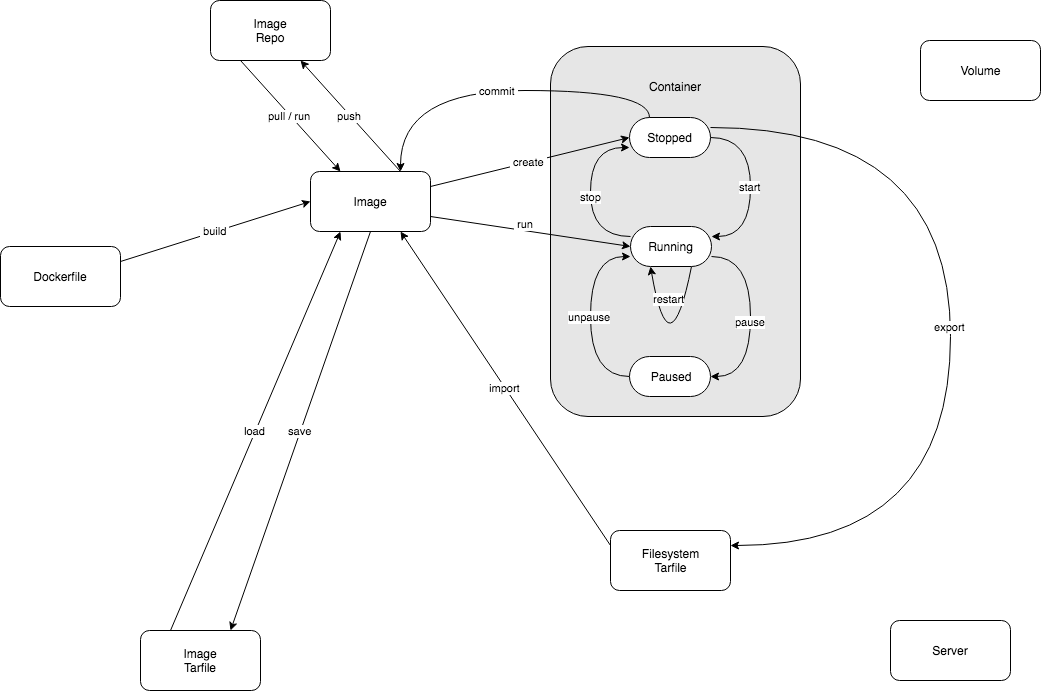
The draw.io diagram draw.io/Docker.flow.png in rwcitek/docker, before a commit. Source tidied: cells renumbered, new cells last; positions are measured from the earlier drawing's top-left corner, leaving out a move shared by most shapes. Source of this version:
```xml
<mxGraphModel background="#ffffff">
  <root>
    <mxCell id="0" />
    <mxCell id="1" parent="0" />
    <mxCell id="2" style="rounded=1;whiteSpace=wrap;html=1;fillColor=#E6E6E6;" parent="1" vertex="1">
      <mxGeometry x="550" y="46" width="250" height="370" as="geometry" />
    </mxCell>
    <mxCell id="3" value="Image&lt;br&gt;Repo&lt;br&gt;" style="whiteSpace=wrap;html=1;rounded=1;shadow=0;glass=0;strokeWidth=1;fontColor=#000000;" parent="1" vertex="1">
      <mxGeometry x="210" width="120" height="60" as="geometry" />
    </mxCell>
    <mxCell id="4" value="&amp;nbsp;create &lt;br&gt;" style="rounded=0;html=1;exitX=1;exitY=0.25;entryX=0;entryY=0.5;jettySize=auto;" parent="1" edge="1" source="5" target="12">
      <mxGeometry relative="1" as="geometry" />
    </mxCell>
    <mxCell id="5" value="Image" style="whiteSpace=wrap;html=1;rounded=1;shadow=0;glass=0;strokeWidth=1;fontColor=#000000;" parent="1" vertex="1">
      <mxGeometry x="310" y="171" width="120" height="60" as="geometry" />
    </mxCell>
    <mxCell id="6" value="Volume&lt;br&gt;" style="whiteSpace=wrap;html=1;rounded=1;shadow=0;glass=0;strokeWidth=1;fontColor=#000000;" parent="1" vertex="1">
      <mxGeometry x="920" y="40" width="120" height="60" as="geometry" />
    </mxCell>
    <mxCell id="7" value="Server" style="whiteSpace=wrap;html=1;rounded=1;shadow=0;glass=0;strokeWidth=1;fontColor=#000000;" parent="1" vertex="1">
      <mxGeometry x="890" y="620" width="120" height="60" as="geometry" />
    </mxCell>
    <mxCell id="8" value="Filesystem&lt;br&gt;Tarfile&lt;br&gt;" style="whiteSpace=wrap;html=1;rounded=1;shadow=0;glass=0;strokeWidth=1;fontColor=#000000;" parent="1" vertex="1">
      <mxGeometry x="610" y="530" width="120" height="60" as="geometry" />
    </mxCell>
    <mxCell id="9" value="Image&lt;br&gt;Tarfile&lt;br&gt;" style="whiteSpace=wrap;html=1;rounded=1;shadow=0;glass=0;strokeWidth=1;fontColor=#000000;" parent="1" vertex="1">
      <mxGeometry x="140" y="630" width="120" height="60" as="geometry" />
    </mxCell>
    <mxCell id="10" value="Dockerfile" style="whiteSpace=wrap;html=1;rounded=1;shadow=0;glass=0;strokeWidth=1;fontColor=#000000;" parent="1" vertex="1">
      <mxGeometry y="246" width="120" height="60" as="geometry" />
    </mxCell>
    <mxCell id="11" value="start" style="rounded=1;html=1;exitX=1;exitY=0.5;entryX=1;entryY=0.25;startArrow=none;startFill=0;endArrow=classic;endFill=1;strokeColor=#000000;fontColor=#000000;edgeStyle=orthogonalEdgeStyle;curved=1;" parent="1" edge="1" source="12" target="16">
      <mxGeometry relative="1" as="geometry">
        <Array as="points">
          <mxPoint x="750" y="137" />
          <mxPoint x="750" y="236" />
        </Array>
      </mxGeometry>
    </mxCell>
    <mxCell id="12" value="Stopped" style="rounded=1;whiteSpace=wrap;html=1;shadow=0;glass=0;strokeWidth=1;fontColor=#000000;arcSize=50;" parent="1" vertex="1">
      <mxGeometry x="629" y="117" width="81" height="40" as="geometry" />
    </mxCell>
    <mxCell id="13" value="pause" style="rounded=1;html=1;exitX=1;exitY=0.75;startArrow=none;startFill=0;endArrow=classic;endFill=1;strokeColor=#000000;fontColor=#000000;entryX=1;entryY=0.5;rotation=0;edgeStyle=orthogonalEdgeStyle;curved=1;" parent="1" edge="1" source="16" target="18">
      <mxGeometry x="0.04" relative="1" as="geometry">
        <Array as="points">
          <mxPoint x="750" y="256" />
          <mxPoint x="750" y="376" />
        </Array>
      </mxGeometry>
    </mxCell>
    <mxCell id="14" value="restart" style="rounded=1;html=1;startArrow=none;startFill=0;endArrow=classic;endFill=1;strokeColor=#000000;fontColor=#000000;entryX=0.25;entryY=1;exitX=0.75;exitY=1;edgeStyle=orthogonalEdgeStyle;curved=1;" parent="1" edge="1" source="16" target="16">
      <mxGeometry x="-0.68" y="-15" relative="1" as="geometry">
        <Array as="points">
          <mxPoint x="669" y="376" />
        </Array>
      </mxGeometry>
    </mxCell>
    <mxCell id="15" value="stop" style="rounded=0;html=1;exitX=0;exitY=0.25;entryX=0;entryY=0.75;jettySize=auto;edgeStyle=orthogonalEdgeStyle;curved=1;" parent="1" edge="1" source="16" target="12">
      <mxGeometry x="-0.05" relative="1" as="geometry">
        <Array as="points">
          <mxPoint x="590" y="236" />
          <mxPoint x="590" y="147" />
        </Array>
      </mxGeometry>
    </mxCell>
    <mxCell id="16" value="Running" style="rounded=1;whiteSpace=wrap;html=1;shadow=0;glass=0;strokeWidth=1;fontColor=#000000;arcSize=50;" parent="1" vertex="1">
      <mxGeometry x="630" y="226" width="81" height="40" as="geometry" />
    </mxCell>
    <mxCell id="17" value="unpause" style="rounded=1;html=1;exitX=0;exitY=0.5;entryX=0;entryY=0.75;startArrow=none;startFill=0;endArrow=classic;endFill=1;strokeColor=#000000;fontColor=#000000;edgeStyle=orthogonalEdgeStyle;curved=1;" parent="1" edge="1" source="18" target="16">
      <mxGeometry relative="1" as="geometry">
        <Array as="points">
          <mxPoint x="590" y="376" />
          <mxPoint x="590" y="256" />
        </Array>
      </mxGeometry>
    </mxCell>
    <mxCell id="18" value="Paused" style="rounded=1;whiteSpace=wrap;html=1;shadow=0;glass=0;strokeWidth=1;fontColor=#000000;arcSize=50;direction=east;" parent="1" vertex="1">
      <mxGeometry x="629" y="356" width="81" height="40" as="geometry" />
    </mxCell>
    <mxCell id="19" value="&amp;nbsp;build &lt;br&gt;" style="endArrow=classic;html=1;exitX=1;exitY=0.25;entryX=0;entryY=0.5;" parent="1" edge="1" source="10" target="5">
      <mxGeometry relative="1" as="geometry" />
    </mxCell>
    <mxCell id="20" value="Container" style="text;html=1;strokeColor=none;fillColor=none;align=center;verticalAlign=middle;whiteSpace=wrap;overflow=hidden;direction=south;" parent="1" vertex="1">
      <mxGeometry x="630" y="66" width="90" height="40" as="geometry" />
    </mxCell>
    <mxCell id="21" value="&amp;nbsp;run &lt;br&gt;" style="endArrow=classic;html=1;entryX=0;entryY=0.5;exitX=1;exitY=0.75;" parent="1" edge="1" source="5" target="16">
      <mxGeometry x="-0.05" y="7" relative="1" as="geometry" />
    </mxCell>
    <mxCell id="22" value="pull / run&lt;br&gt;" style="endArrow=classic;html=1;exitX=0.25;exitY=1;entryX=0.25;entryY=0;" parent="1" edge="1" source="3" target="5">
      <mxGeometry relative="1" as="geometry" />
    </mxCell>
    <mxCell id="23" value="&amp;nbsp;push &lt;br&gt;" style="endArrow=classic;html=1;exitX=0.75;exitY=0;entryX=0.75;entryY=1;" parent="1" edge="1" source="5" target="3">
      <mxGeometry relative="1" as="geometry" />
    </mxCell>
    <mxCell id="24" value="&amp;nbsp;load &lt;br&gt;" style="endArrow=classic;html=1;entryX=0.25;entryY=1;exitX=0.25;exitY=0;" parent="1" edge="1" source="9" target="5">
      <mxGeometry relative="1" as="geometry" />
    </mxCell>
    <mxCell id="25" value="&amp;nbsp;save &lt;br&gt;" style="endArrow=classic;html=1;entryX=0.75;entryY=0;exitX=0.5;exitY=1;" parent="1" edge="1" source="5" target="9">
      <mxGeometry relative="1" as="geometry" />
    </mxCell>
    <mxCell id="26" value="&amp;nbsp;export &lt;br&gt;" style="endArrow=classic;html=1;exitX=1;exitY=0.25;edgeStyle=orthogonalEdgeStyle;entryX=1;entryY=0.25;curved=1;" parent="1" edge="1" source="12" target="8">
      <mxGeometry relative="1" as="geometry">
        <Array as="points">
          <mxPoint x="950" y="127" />
          <mxPoint x="950" y="545" />
        </Array>
      </mxGeometry>
    </mxCell>
    <mxCell id="27" value="&amp;nbsp;commit &lt;br&gt;" style="endArrow=classic;html=1;entryX=0.75;entryY=0;exitX=0.25;exitY=0;edgeStyle=orthogonalEdgeStyle;curved=1;" parent="1" edge="1" source="12" target="5">
      <mxGeometry relative="1" as="geometry">
        <Array as="points">
          <mxPoint x="649" y="90" />
          <mxPoint x="400" y="90" />
        </Array>
      </mxGeometry>
    </mxCell>
    <mxCell id="28" value="&amp;nbsp;import &lt;br&gt;" style="endArrow=classic;html=1;entryX=0.75;entryY=1;exitX=0;exitY=0.25;" parent="1" edge="1" source="8" target="5">
      <mxGeometry relative="1" as="geometry" />
    </mxCell>
  </root>
</mxGraphModel>
```
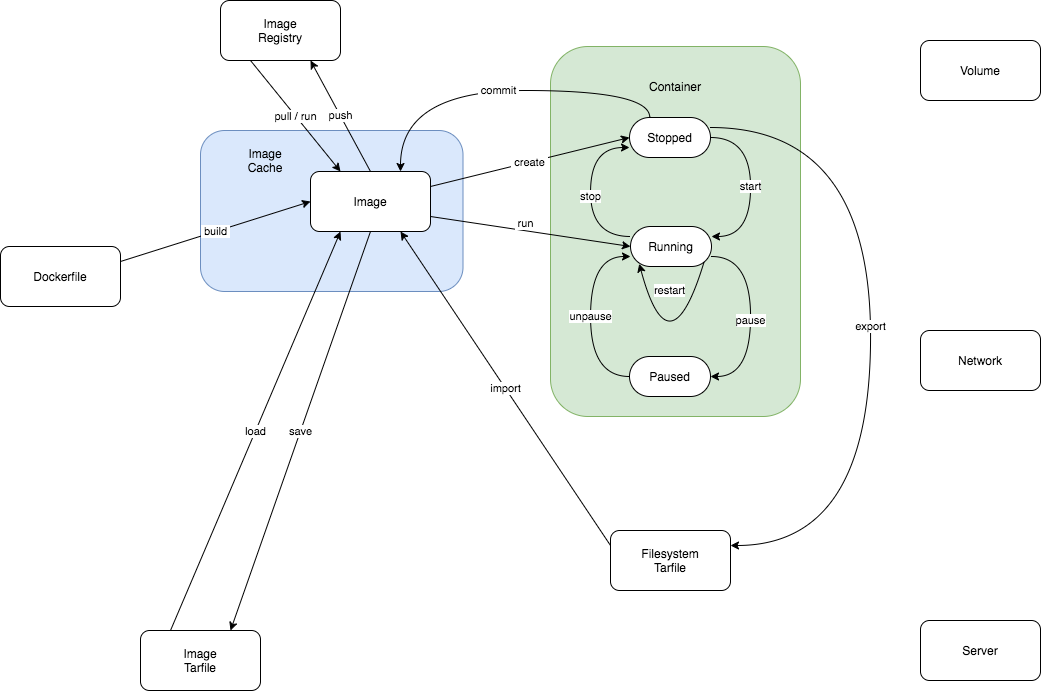
Above is the later version.

Commit message:
in draw.io/Docker.flow.png: added image cache and network

Diff of the diagram source:
```diff
@@ -2,11 +2,14 @@
   <root>
     <mxCell id="0" />
     <mxCell id="1" parent="0" />
+    <mxCell id="29" style="rounded=1;whiteSpace=wrap;html=1;fillColor=#dae8fc;strokeColor=#6c8ebf;" parent="1" vertex="1">
+      <mxGeometry x="200" y="130" width="262.5" height="161" as="geometry" />
+    </mxCell>
-    <mxCell id="2" style="rounded=1;whiteSpace=wrap;html=1;fillColor=#E6E6E6;" parent="1" vertex="1">
+    <mxCell id="2" style="rounded=1;whiteSpace=wrap;html=1;fillColor=#d5e8d4;strokeColor=#82b366;" parent="1" vertex="1">
       <mxGeometry x="550" y="46" width="250" height="370" as="geometry" />
     </mxCell>
-    <mxCell id="3" value="Image&lt;br&gt;Repo&lt;br&gt;" style="whiteSpace=wrap;html=1;rounded=1;shadow=0;glass=0;strokeWidth=1;fontColor=#000000;" parent="1" vertex="1">
-      <mxGeometry x="210" width="120" height="60" as="geometry" />
+    <mxCell id="3" value="Image&lt;br&gt;Registry" style="whiteSpace=wrap;html=1;rounded=1;shadow=0;glass=0;strokeWidth=1;fontColor=#000000;" parent="1" vertex="1">
+      <mxGeometry x="220" width="120" height="60" as="geometry" />
     </mxCell>
     <mxCell id="4" value="&amp;nbsp;create &lt;br&gt;" style="rounded=0;html=1;exitX=1;exitY=0.25;entryX=0;entryY=0.5;jettySize=auto;" parent="1" edge="1" source="5" target="12">
       <mxGeometry relative="1" as="geometry" />
@@ -18,7 +21,7 @@
       <mxGeometry x="920" y="40" width="120" height="60" as="geometry" />
     </mxCell>
     <mxCell id="7" value="Server" style="whiteSpace=wrap;html=1;rounded=1;shadow=0;glass=0;strokeWidth=1;fontColor=#000000;" parent="1" vertex="1">
-      <mxGeometry x="890" y="620" width="120" height="60" as="geometry" />
+      <mxGeometry x="920" y="620" width="120" height="60" as="geometry" />
     </mxCell>
     <mxCell id="8" value="Filesystem&lt;br&gt;Tarfile&lt;br&gt;" style="whiteSpace=wrap;html=1;rounded=1;shadow=0;glass=0;strokeWidth=1;fontColor=#000000;" parent="1" vertex="1">
       <mxGeometry x="610" y="530" width="120" height="60" as="geometry" />
@@ -48,8 +51,8 @@
         </Array>
       </mxGeometry>
     </mxCell>
-    <mxCell id="14" value="restart" style="rounded=1;html=1;startArrow=none;startFill=0;endArrow=classic;endFill=1;strokeColor=#000000;fontColor=#000000;entryX=0.25;entryY=1;exitX=0.75;exitY=1;edgeStyle=orthogonalEdgeStyle;curved=1;" parent="1" edge="1" source="16" target="16">
-      <mxGeometry x="-0.68" y="-15" relative="1" as="geometry">
+    <mxCell id="14" value="restart" style="rounded=1;html=1;startArrow=none;startFill=0;endArrow=classic;endFill=1;strokeColor=#000000;fontColor=#000000;entryX=0.108;entryY=0.932;exitX=0.912;exitY=0.861;edgeStyle=orthogonalEdgeStyle;curved=1;exitDx=0;exitDy=0;exitPerimeter=0;entryDx=0;entryDy=0;entryPerimeter=0;" parent="1" edge="1" source="16" target="16">
+      <mxGeometry x="-0.68" y="-25" relative="1" as="geometry">
         <Array as="points">
           <mxPoint x="669" y="376" />
         </Array>
@@ -89,7 +92,7 @@
     <mxCell id="22" value="pull / run&lt;br&gt;" style="endArrow=classic;html=1;exitX=0.25;exitY=1;entryX=0.25;entryY=0;" parent="1" edge="1" source="3" target="5">
       <mxGeometry relative="1" as="geometry" />
     </mxCell>
-    <mxCell id="23" value="&amp;nbsp;push &lt;br&gt;" style="endArrow=classic;html=1;exitX=0.75;exitY=0;entryX=0.75;entryY=1;" parent="1" edge="1" source="5" target="3">
+    <mxCell id="23" value="&amp;nbsp;push &lt;br&gt;" style="endArrow=classic;html=1;exitX=0.5;exitY=0;entryX=0.75;entryY=1;exitDx=0;exitDy=0;" parent="1" edge="1" source="5" target="3">
       <mxGeometry relative="1" as="geometry" />
     </mxCell>
     <mxCell id="24" value="&amp;nbsp;load &lt;br&gt;" style="endArrow=classic;html=1;entryX=0.25;entryY=1;exitX=0.25;exitY=0;" parent="1" edge="1" source="9" target="5">
@@ -101,8 +104,8 @@
     <mxCell id="26" value="&amp;nbsp;export &lt;br&gt;" style="endArrow=classic;html=1;exitX=1;exitY=0.25;edgeStyle=orthogonalEdgeStyle;entryX=1;entryY=0.25;curved=1;" parent="1" edge="1" source="12" target="8">
       <mxGeometry relative="1" as="geometry">
         <Array as="points">
-          <mxPoint x="950" y="127" />
-          <mxPoint x="950" y="545" />
+          <mxPoint x="870" y="127" />
+          <mxPoint x="870" y="545" />
         </Array>
       </mxGeometry>
     </mxCell>
@@ -117,5 +120,11 @@
     <mxCell id="28" value="&amp;nbsp;import &lt;br&gt;" style="endArrow=classic;html=1;entryX=0.75;entryY=1;exitX=0;exitY=0.25;" parent="1" edge="1" source="8" target="5">
       <mxGeometry relative="1" as="geometry" />
     </mxCell>
+    <mxCell id="30" value="Image&lt;br&gt;Cache" style="text;html=1;strokeColor=none;fillColor=none;align=center;verticalAlign=middle;whiteSpace=wrap;overflow=hidden;direction=south;" parent="1" vertex="1">
+      <mxGeometry x="220" y="140" width="90" height="40" as="geometry" />
+    </mxCell>
+    <mxCell id="31" value="Network" style="whiteSpace=wrap;html=1;rounded=1;shadow=0;glass=0;strokeWidth=1;fontColor=#000000;" parent="1" vertex="1">
+      <mxGeometry x="920" y="330" width="120" height="60" as="geometry" />
+    </mxCell>
   </root>
 </mxGraphModel>
```
